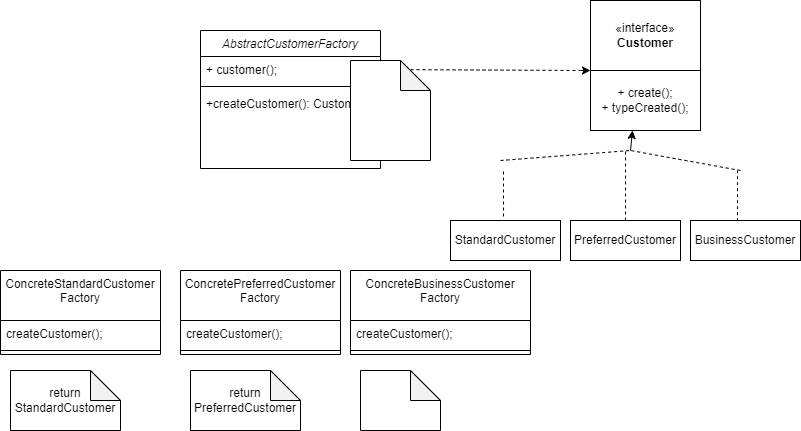
Before: Assign3Part3 Diagram.drawio.png, a diagram exported from draw.io (jimmyjazz31/CS665Assign3). Source tidied: cells renumbered, new cells last; positions are measured from the earlier drawing's top-left corner, leaving out a move shared by most shapes.
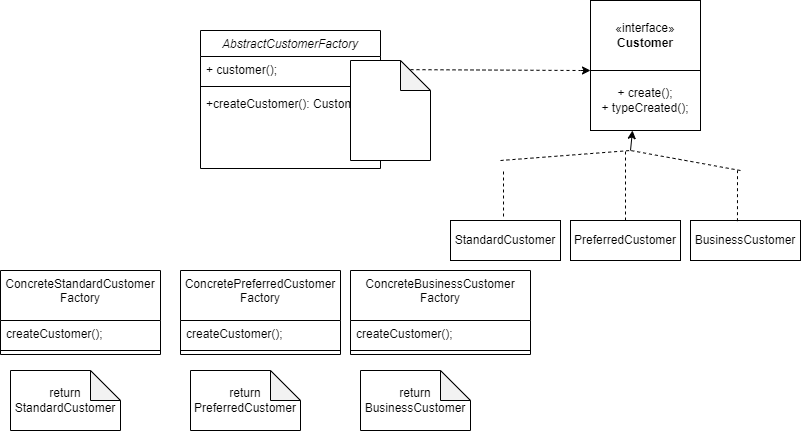
The same file after the commit.

The edit, as a diff of the source:
```diff
@@ -107,8 +107,8 @@
     <mxCell id="30" value="return&lt;div&gt;PreferredCustomer&lt;/div&gt;" style="shape=note;whiteSpace=wrap;html=1;backgroundOutline=1;darkOpacity=0.05;" parent="1" vertex="1">
       <mxGeometry x="190" y="370" width="110" height="60" as="geometry" />
     </mxCell>
-    <mxCell id="31" style="shape=note;whiteSpace=wrap;html=1;backgroundOutline=1;darkOpacity=0.05;" parent="1" vertex="1">
-      <mxGeometry x="360" y="370" width="80" height="60" as="geometry" />
+    <mxCell id="31" value="return BusinessCustomer" style="shape=note;whiteSpace=wrap;html=1;backgroundOutline=1;darkOpacity=0.05;" parent="1" vertex="1">
+      <mxGeometry x="360" y="370" width="110" height="60" as="geometry" />
     </mxCell>
   </root>
 </mxGraphModel>
```
